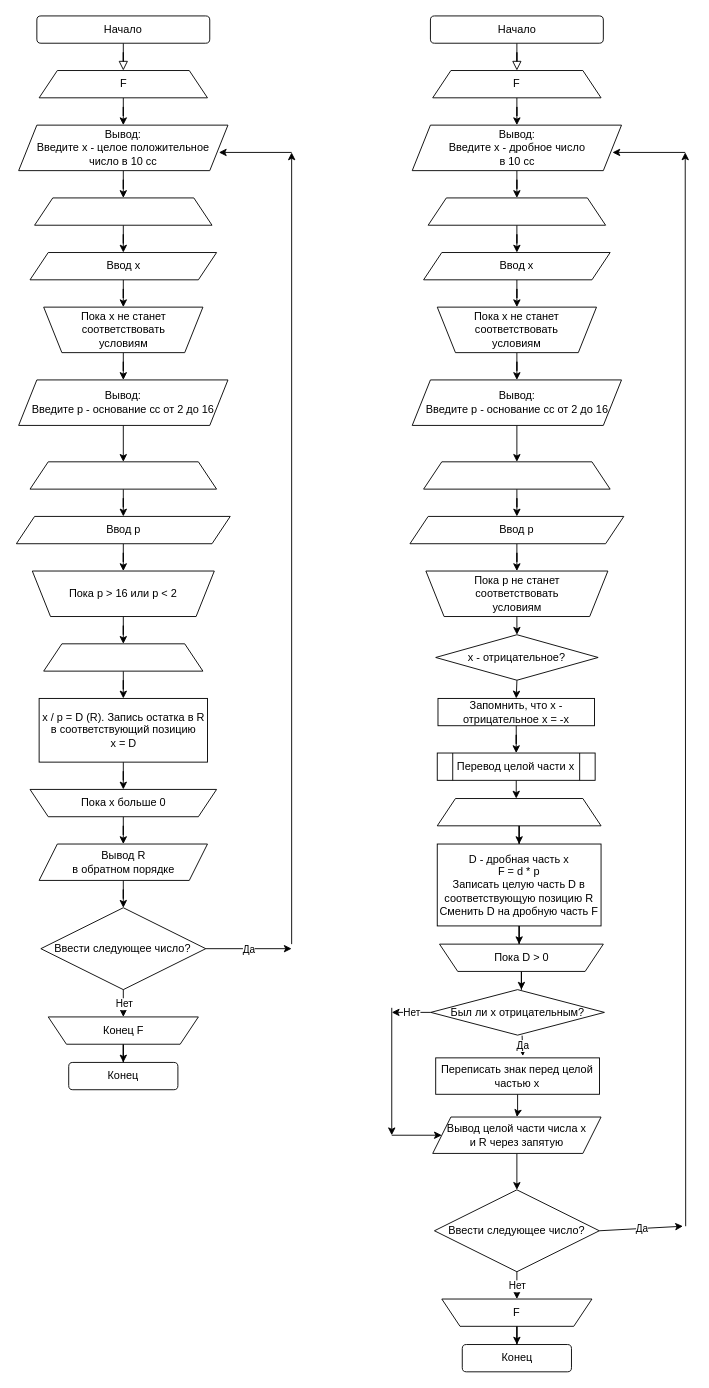
FreemanBel/inviter keeps this draw.io diagram as Untitled Diagram.drawio. Above is the earlier version. Source tidied: cells renumbered, new cells numbered last; positions are measured from the earlier drawing's top-left corner, leaving out a move shared by most shapes. Both pictures are drawn from the tidied source at 91%, with x=0, y=0 at pixel (16, 15).
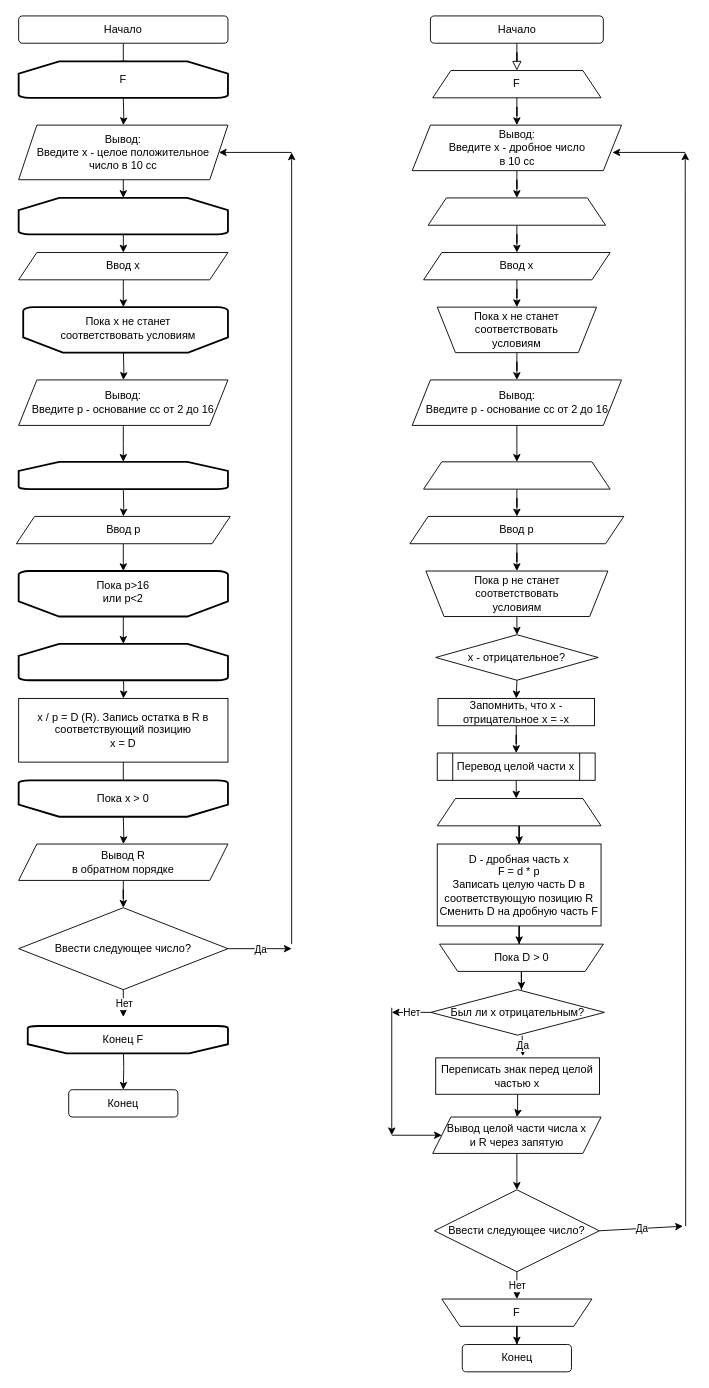
The same page after the edit.

Unchanged cells that the change refers to:
```xml
<mxCell id="15" value="Вывод:&lt;br&gt;&lt;div&gt;Введите p - основание сс от 2 до 16&lt;br&gt;&lt;/div&gt;" style="shape=parallelogram;perimeter=parallelogramPerimeter;whiteSpace=wrap;html=1;fixedSize=1;" parent="1" vertex="1">
  <mxGeometry x="2" y="400" width="230" height="50" as="geometry" />
</mxCell>
<mxCell id="19" value="Ввод p" style="shape=parallelogram;perimeter=parallelogramPerimeter;whiteSpace=wrap;html=1;fixedSize=1;" parent="1" vertex="1">
  <mxGeometry x="-0.5" y="550" width="235" height="30" as="geometry" />
</mxCell>
```

The edit, as a diff of the source:
```diff
@@
-    <mxCell id="2" style="rounded=0;html=1;jettySize=auto;fontSize=11;endArrow=block;endFill=0;endSize=8;strokeWidth=1;shadow=0;labelBackgroundColor=none;edgeStyle=orthogonalEdgeStyle;entryX=0.5;entryY=0;entryDx=0;entryDy=0;" parent="1" edge="1" source="3" target="5">
-      <mxGeometry relative="1" as="geometry" />
+    <mxCell id="2" style="rounded=0;html=1;jettySize=auto;fontSize=11;endArrow=block;endFill=0;endSize=8;strokeWidth=1;shadow=0;labelBackgroundColor=none;edgeStyle=orthogonalEdgeStyle;entryX=0.5;entryY=0;entryDx=0;entryDy=0;" parent="1" edge="1" source="3">
+      <mxGeometry relative="1" as="geometry">
+        <mxPoint x="117" y="60" as="targetPoint" />
+      </mxGeometry>
     </mxCell>
     <mxCell id="3" value="Начало" style="rounded=1;whiteSpace=wrap;html=1;fontSize=12;glass=0;strokeWidth=1;shadow=0;" parent="1" vertex="1">
-      <mxGeometry x="22" width="190" height="30" as="geometry" />
+      <mxGeometry x="2" width="230" height="30" as="geometry" />
     </mxCell>
-    <mxCell id="4" style="edgeStyle=orthogonalEdgeStyle;rounded=0;jettySize=auto;html=1;" parent="1" edge="1" source="5" target="13">
-      <mxGeometry relative="1" as="geometry" />
+    <mxCell id="4" style="edgeStyle=orthogonalEdgeStyle;rounded=0;jettySize=auto;html=1;" parent="1" edge="1" target="13">
+      <mxGeometry relative="1" as="geometry">
+        <mxPoint x="117" y="90" as="sourcePoint" />
+      </mxGeometry>
     </mxCell>
-    <mxCell id="5" value="F" style="shape=trapezoid;perimeter=trapezoidPerimeter;whiteSpace=wrap;html=1;fixedSize=1;" parent="1" vertex="1">
-      <mxGeometry x="24.5" y="60" width="185" height="30" as="geometry" />
-    </mxCell>
-    <mxCell id="6" style="edgeStyle=orthogonalEdgeStyle;rounded=0;jettySize=auto;html=1;entryX=0.5;entryY=0;entryDx=0;entryDy=0;" parent="1" edge="1" source="7" target="9">
-      <mxGeometry relative="1" as="geometry" />
+    <mxCell id="6" style="edgeStyle=orthogonalEdgeStyle;rounded=0;jettySize=auto;html=1;entryX=0.5;entryY=0;entryDx=0;entryDy=0;" parent="1" edge="1" target="9">
+      <mxGeometry relative="1" as="geometry">
+        <mxPoint x="117.1" y="230" as="sourcePoint" />
+      </mxGeometry>
     </mxCell>
-    <mxCell id="7" style="shape=trapezoid;perimeter=trapezoidPerimeter;whiteSpace=wrap;html=1;fixedSize=1;" parent="1" vertex="1">
-      <mxGeometry x="19.5" y="200" width="195" height="30" as="geometry" />
-    </mxCell>
-    <mxCell id="8" style="edgeStyle=orthogonalEdgeStyle;rounded=0;jettySize=auto;html=1;" parent="1" edge="1" source="9" target="11">
-      <mxGeometry relative="1" as="geometry" />
+    <mxCell id="8" style="edgeStyle=orthogonalEdgeStyle;rounded=0;jettySize=auto;html=1;" parent="1" edge="1" source="9">
+      <mxGeometry relative="1" as="geometry">
+        <mxPoint x="117.1" y="320" as="targetPoint" />
+      </mxGeometry>
     </mxCell>
     <mxCell id="9" value="Ввод x" style="shape=parallelogram;perimeter=parallelogramPerimeter;whiteSpace=wrap;html=1;fixedSize=1;" parent="1" vertex="1">
-      <mxGeometry x="14.5" y="260" width="205" height="30" as="geometry" />
+      <mxGeometry x="2" y="260" width="230" height="30" as="geometry" />
     </mxCell>
-    <mxCell id="10" style="edgeStyle=orthogonalEdgeStyle;rounded=0;jettySize=auto;html=1;" parent="1" edge="1" source="11" target="15">
-      <mxGeometry relative="1" as="geometry" />
+    <mxCell id="10" style="edgeStyle=orthogonalEdgeStyle;rounded=0;jettySize=auto;html=1;" parent="1" edge="1" target="15">
+      <mxGeometry relative="1" as="geometry">
+        <mxPoint x="117.1" y="370" as="sourcePoint" />
+      </mxGeometry>
     </mxCell>
-    <mxCell id="11" value="&lt;div&gt;Пока x не станет&lt;/div&gt;&lt;div&gt;соответствовать&lt;/div&gt;&lt;div&gt;условиям&lt;br&gt;&lt;/div&gt;" style="shape=trapezoid;perimeter=trapezoidPerimeter;whiteSpace=wrap;html=1;fixedSize=1;direction=west;" parent="1" vertex="1">
-      <mxGeometry x="29.5" y="320" width="175" height="50" as="geometry" />
-    </mxCell>
-    <mxCell id="12" style="edgeStyle=orthogonalEdgeStyle;rounded=0;jettySize=auto;html=1;entryX=0.5;entryY=0;entryDx=0;entryDy=0;" parent="1" edge="1" source="13" target="7">
-      <mxGeometry relative="1" as="geometry" />
+    <mxCell id="12" style="edgeStyle=orthogonalEdgeStyle;rounded=0;jettySize=auto;html=1;entryX=0.5;entryY=0;entryDx=0;entryDy=0;" parent="1" edge="1" source="13">
+      <mxGeometry relative="1" as="geometry">
+        <mxPoint x="117" y="200" as="targetPoint" />
+      </mxGeometry>
     </mxCell>
     <mxCell id="13" value="Вывод:&lt;br&gt;&lt;div&gt;Введите x - целое положительное&lt;/div&gt;&lt;div&gt;число в 10 сс&lt;br&gt;&lt;/div&gt;" style="shape=parallelogram;perimeter=parallelogramPerimeter;whiteSpace=wrap;html=1;fixedSize=1;" parent="1" vertex="1">
-      <mxGeometry x="2" y="120" width="230" height="50" as="geometry" />
+      <mxGeometry x="2" y="120" width="230" height="60" as="geometry" />
     </mxCell>
-    <mxCell id="14" style="edgeStyle=orthogonalEdgeStyle;rounded=0;jettySize=auto;html=1;" parent="1" edge="1" source="15" target="17">
-      <mxGeometry relative="1" as="geometry" />
+    <mxCell id="14" style="edgeStyle=orthogonalEdgeStyle;rounded=0;jettySize=auto;html=1;" parent="1" edge="1" source="15">
+      <mxGeometry relative="1" as="geometry">
+        <mxPoint x="117" y="490" as="targetPoint" />
+      </mxGeometry>
     </mxCell>
@@
-    <mxCell id="16" style="edgeStyle=orthogonalEdgeStyle;rounded=0;jettySize=auto;html=1;" parent="1" edge="1" source="17" target="19">
-      <mxGeometry relative="1" as="geometry" />
+    <mxCell id="16" style="edgeStyle=orthogonalEdgeStyle;rounded=0;jettySize=auto;html=1;" parent="1" edge="1" target="19">
+      <mxGeometry relative="1" as="geometry">
+        <mxPoint x="117" y="520" as="sourcePoint" />
+      </mxGeometry>
     </mxCell>
-    <mxCell id="17" style="shape=trapezoid;perimeter=trapezoidPerimeter;whiteSpace=wrap;html=1;fixedSize=1;" parent="1" vertex="1">
-      <mxGeometry x="14.5" y="490" width="205" height="30" as="geometry" />
-    </mxCell>
-    <mxCell id="18" style="edgeStyle=orthogonalEdgeStyle;rounded=0;jettySize=auto;html=1;" parent="1" edge="1" source="19" target="21">
-      <mxGeometry relative="1" as="geometry" />
+    <mxCell id="18" style="edgeStyle=orthogonalEdgeStyle;rounded=0;jettySize=auto;html=1;" parent="1" edge="1" source="19">
+      <mxGeometry relative="1" as="geometry">
+        <mxPoint x="117" y="610" as="targetPoint" />
+      </mxGeometry>
     </mxCell>
@@
-    <mxCell id="20" style="edgeStyle=orthogonalEdgeStyle;rounded=0;jettySize=auto;html=1;" parent="1" edge="1" source="21" target="23">
-      <mxGeometry relative="1" as="geometry" />
+    <mxCell id="20" style="edgeStyle=orthogonalEdgeStyle;rounded=0;orthogonalLoop=1;jettySize=auto;html=1;" parent="1" edge="1">
+      <mxGeometry relative="1" as="geometry">
+        <mxPoint x="117" y="660" as="sourcePoint" />
+        <mxPoint x="117" y="690" as="targetPoint" />
+      </mxGeometry>
     </mxCell>
-    <mxCell id="21" value="&lt;div&gt;Пока p &amp;gt; 16 или p &amp;lt; 2&lt;br&gt;&lt;/div&gt;" style="shape=trapezoid;perimeter=trapezoidPerimeter;whiteSpace=wrap;html=1;fixedSize=1;direction=west;" parent="1" vertex="1">
-      <mxGeometry x="17" y="610" width="200" height="50" as="geometry" />
-    </mxCell>
-    <mxCell id="22" style="edgeStyle=orthogonalEdgeStyle;rounded=0;jettySize=auto;html=1;" parent="1" edge="1" source="23" target="25">
-      <mxGeometry relative="1" as="geometry" />
+    <mxCell id="22" style="edgeStyle=orthogonalEdgeStyle;rounded=0;jettySize=auto;html=1;" parent="1" edge="1" target="25">
+      <mxGeometry relative="1" as="geometry">
+        <mxPoint x="117" y="720" as="sourcePoint" />
+      </mxGeometry>
     </mxCell>
-    <mxCell id="23" style="shape=trapezoid;perimeter=trapezoidPerimeter;whiteSpace=wrap;html=1;fixedSize=1;" parent="1" vertex="1">
-      <mxGeometry x="29.5" y="690" width="175" height="30" as="geometry" />
-    </mxCell>
-    <mxCell id="24" style="edgeStyle=orthogonalEdgeStyle;rounded=0;jettySize=auto;html=1;" parent="1" edge="1" source="25" target="27">
-      <mxGeometry relative="1" as="geometry" />
+    <mxCell id="24" style="edgeStyle=orthogonalEdgeStyle;rounded=0;jettySize=auto;html=1;" parent="1" edge="1" source="25">
+      <mxGeometry relative="1" as="geometry">
+        <mxPoint x="117" y="850" as="targetPoint" />
+      </mxGeometry>
     </mxCell>
     <mxCell id="25" value="&lt;div&gt;x / p = D (R). Запись остатка в R в соответствующий позицию&lt;/div&gt;&lt;div&gt;x = D&lt;br&gt;&lt;/div&gt;" style="rounded=0;whiteSpace=wrap;html=1;" parent="1" vertex="1">
-      <mxGeometry x="24.5" y="750" width="185" height="70" as="geometry" />
+      <mxGeometry x="2" y="750" width="230" height="70" as="geometry" />
     </mxCell>
-    <mxCell id="26" style="edgeStyle=orthogonalEdgeStyle;rounded=0;jettySize=auto;html=1;" parent="1" edge="1" source="27" target="29">
-      <mxGeometry relative="1" as="geometry" />
+    <mxCell id="26" style="edgeStyle=orthogonalEdgeStyle;rounded=0;jettySize=auto;html=1;" parent="1" edge="1" target="29">
+      <mxGeometry relative="1" as="geometry">
+        <mxPoint x="117" y="880" as="sourcePoint" />
+      </mxGeometry>
     </mxCell>
-    <mxCell id="27" value="Пока x больше 0" style="shape=trapezoid;perimeter=trapezoidPerimeter;whiteSpace=wrap;html=1;fixedSize=1;direction=west;" parent="1" vertex="1">
-      <mxGeometry x="14.5" y="850" width="205" height="30" as="geometry" />
-    </mxCell>
@@
     <mxCell id="29" value="&lt;div&gt;Вывод R&lt;br&gt;&lt;/div&gt;&lt;div&gt;в обратном порядке&lt;br&gt;&lt;/div&gt;" style="shape=parallelogram;perimeter=parallelogramPerimeter;whiteSpace=wrap;html=1;fixedSize=1;" parent="1" vertex="1">
-      <mxGeometry x="24.5" y="910" width="185" height="40" as="geometry" />
+      <mxGeometry x="2" y="910" width="230" height="40" as="geometry" />
     </mxCell>
     <mxCell id="30" value="Ввести следующее число?" style="rhombus;whiteSpace=wrap;html=1;" parent="1" vertex="1">
-      <mxGeometry x="26.4" y="980" width="181.2" height="90" as="geometry" />
+      <mxGeometry x="2" y="980" width="230" height="90" as="geometry" />
     </mxCell>
-    <mxCell id="31" style="edgeStyle=orthogonalEdgeStyle;rounded=0;jettySize=auto;html=1;" parent="1" edge="1" source="32" target="33">
-      <mxGeometry relative="1" as="geometry" />
+    <mxCell id="31" style="edgeStyle=orthogonalEdgeStyle;rounded=0;jettySize=auto;html=1;" parent="1" edge="1" target="33">
+      <mxGeometry relative="1" as="geometry">
+        <mxPoint x="117" y="1130" as="sourcePoint" />
+      </mxGeometry>
     </mxCell>
-    <mxCell id="32" value="Конец F" style="shape=trapezoid;perimeter=trapezoidPerimeter;whiteSpace=wrap;html=1;fixedSize=1;direction=west;" parent="1" vertex="1">
-      <mxGeometry x="34.5" y="1100" width="165" height="30" as="geometry" />
-    </mxCell>
     <mxCell id="33" value="Конец" style="rounded=1;whiteSpace=wrap;html=1;" parent="1" vertex="1">
-      <mxGeometry x="57" y="1150" width="120" height="30" as="geometry" />
+      <mxGeometry x="57" y="1180" width="120" height="30" as="geometry" />
     </mxCell>
-    <mxCell id="34" style="endArrow=classic;html=1;exitX=0.5;exitY=1;exitDx=0;exitDy=0;entryX=0.5;entryY=1;entryDx=0;entryDy=0;" parent="1" edge="1" source="30" target="32">
-      <mxGeometry relative="1" as="geometry" />
+    <mxCell id="34" style="endArrow=classic;html=1;exitX=0.5;exitY=1;exitDx=0;exitDy=0;entryX=0.5;entryY=1;entryDx=0;entryDy=0;" parent="1" edge="1" source="30">
+      <mxGeometry relative="1" as="geometry">
+        <mxPoint x="117" y="1100" as="targetPoint" />
+      </mxGeometry>
     </mxCell>
@@
+    <mxCell id="5" value="F" style="strokeWidth=2;html=1;shape=mxgraph.flowchart.loop_limit;whiteSpace=wrap;" parent="1" vertex="1">
+      <mxGeometry x="2" y="50" width="230" height="40" as="geometry" />
+    </mxCell>
+    <mxCell id="93" style="strokeWidth=2;html=1;shape=mxgraph.flowchart.loop_limit;whiteSpace=wrap;" parent="1" vertex="1">
+      <mxGeometry x="2" y="200" width="230" height="40" as="geometry" />
+    </mxCell>
+    <mxCell id="94" style="strokeWidth=2;html=1;shape=mxgraph.flowchart.loop_limit;whiteSpace=wrap;rotation=-180;" parent="1" vertex="1">
+      <mxGeometry x="7" y="320" width="225" height="50" as="geometry" />
+    </mxCell>
+    <mxCell id="11" value="Пока x не станет соответствовать условиям" style="text;html=1;strokeColor=none;fillColor=none;align=center;verticalAlign=middle;whiteSpace=wrap;rounded=0;" parent="1" vertex="1">
+      <mxGeometry x="39.5" y="320" width="165" height="45" as="geometry" />
+    </mxCell>
+    <mxCell id="95" style="strokeWidth=2;html=1;shape=mxgraph.flowchart.loop_limit;whiteSpace=wrap;" parent="1" vertex="1">
+      <mxGeometry x="2" y="490" width="230" height="30" as="geometry" />
+    </mxCell>
+    <mxCell id="96" style="strokeWidth=2;html=1;shape=mxgraph.flowchart.loop_limit;whiteSpace=wrap;rotation=-180;" parent="1" vertex="1">
+      <mxGeometry x="2" y="610" width="230" height="50" as="geometry" />
+    </mxCell>
+    <mxCell id="97" value="Пока p&amp;gt;16 или p&amp;lt;2" style="text;html=1;strokeColor=none;fillColor=none;align=center;verticalAlign=middle;whiteSpace=wrap;rounded=0;" parent="1" vertex="1">
+      <mxGeometry x="77" y="620" width="80" height="25" as="geometry" />
+    </mxCell>
+    <mxCell id="98" style="strokeWidth=2;html=1;shape=mxgraph.flowchart.loop_limit;whiteSpace=wrap;" parent="1" vertex="1">
+      <mxGeometry x="2" y="690" width="230" height="40" as="geometry" />
+    </mxCell>
+    <mxCell id="99" style="strokeWidth=2;html=1;shape=mxgraph.flowchart.loop_limit;whiteSpace=wrap;rotation=-180;" parent="1" vertex="1">
+      <mxGeometry x="2" y="840" width="230" height="40" as="geometry" />
+    </mxCell>
+    <mxCell id="100" value="Пока x &amp;gt; 0" style="text;html=1;strokeColor=none;fillColor=none;align=center;verticalAlign=middle;whiteSpace=wrap;rounded=0;" parent="1" vertex="1">
+      <mxGeometry x="87" y="850" width="60" height="20" as="geometry" />
+    </mxCell>
+    <mxCell id="101" style="strokeWidth=2;html=1;shape=mxgraph.flowchart.loop_limit;whiteSpace=wrap;rotation=-180;" parent="1" vertex="1">
+      <mxGeometry x="12" y="1110" width="220" height="30" as="geometry" />
+    </mxCell>
+    <mxCell id="32" value="Конец F" style="text;html=1;strokeColor=none;fillColor=none;align=center;verticalAlign=middle;whiteSpace=wrap;rounded=0;" parent="1" vertex="1">
+      <mxGeometry x="87" y="1115" width="60" height="20" as="geometry" />
+    </mxCell>
```
